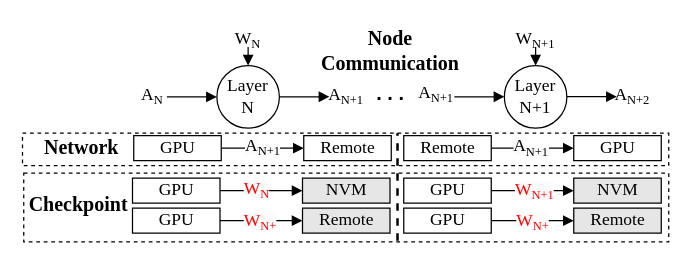
Before: fig/pipeline2.drawio in icszhr/NCheck, a draw.io diagram. Source tidied: cells renumbered, new cells numbered last; positions are measured from the earlier drawing's top-left corner, leaving out a move shared by most shapes. Both pictures are drawn from the tidied source at 125%, with x=0, y=0 at pixel (22, 21).
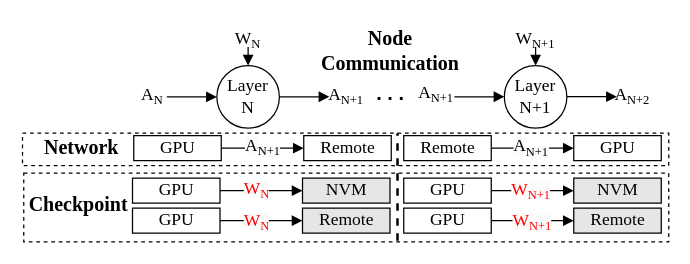
The same page after the edit.

What changed in the source:
```diff
@@
-    <mxCell id="44" value="&lt;font style=&quot;&quot;&gt;&lt;span style=&quot;font-style: normal; font-variant-ligatures: normal; font-variant-caps: normal; font-weight: 400; letter-spacing: normal; orphans: 2; text-align: center; text-indent: 0px; text-transform: none; widows: 2; word-spacing: 0px; -webkit-text-stroke-width: 0px; white-space: normal; background-color: rgb(251, 251, 251); text-decoration-thickness: initial; text-decoration-style: initial; text-decoration-color: initial; float: none; display: inline !important;&quot;&gt;&lt;span style=&quot;font-size: 14px; color: rgb(255, 0, 0);&quot;&gt;W&lt;/span&gt;&lt;sub style=&quot;&quot;&gt;&lt;font style=&quot;&quot;&gt;&lt;font style=&quot;font-size: 10px;&quot; color=&quot;#ff0000&quot;&gt;N+&lt;/font&gt;&lt;/font&gt;&lt;/sub&gt;&lt;/span&gt;&lt;/font&gt;" style="text;whiteSpace=wrap;html=1;fontFamily=Times New Roman;" parent="1" vertex="1">
+    <mxCell id="44" value="&lt;font style=&quot;&quot;&gt;&lt;span style=&quot;font-style: normal; font-variant-ligatures: normal; font-variant-caps: normal; font-weight: 400; letter-spacing: normal; orphans: 2; text-align: center; text-indent: 0px; text-transform: none; widows: 2; word-spacing: 0px; -webkit-text-stroke-width: 0px; white-space: normal; background-color: rgb(251, 251, 251); text-decoration-thickness: initial; text-decoration-style: initial; text-decoration-color: initial; float: none; display: inline !important;&quot;&gt;&lt;span style=&quot;font-size: 14px; color: rgb(255, 0, 0);&quot;&gt;W&lt;/span&gt;&lt;sub style=&quot;&quot;&gt;&lt;font style=&quot;&quot;&gt;&lt;font style=&quot;font-size: 10px;&quot; color=&quot;#ff0000&quot;&gt;N&lt;/font&gt;&lt;/font&gt;&lt;/sub&gt;&lt;/span&gt;&lt;/font&gt;" style="text;whiteSpace=wrap;html=1;fontFamily=Times New Roman;" parent="1" vertex="1">
       <mxGeometry x="174.5" y="145" width="29" height="30" as="geometry" />
     </mxCell>
     <mxCell id="45" value="&lt;font style=&quot;&quot;&gt;&lt;span style=&quot;font-style: normal; font-variant-ligatures: normal; font-variant-caps: normal; font-weight: 400; letter-spacing: normal; orphans: 2; text-align: center; text-indent: 0px; text-transform: none; widows: 2; word-spacing: 0px; -webkit-text-stroke-width: 0px; white-space: normal; background-color: rgb(251, 251, 251); text-decoration-thickness: initial; text-decoration-style: initial; text-decoration-color: initial; float: none; display: inline !important;&quot;&gt;&lt;span style=&quot;font-size: 14px; color: rgb(255, 0, 0);&quot;&gt;W&lt;/span&gt;&lt;sub style=&quot;&quot;&gt;&lt;font style=&quot;&quot;&gt;&lt;font style=&quot;font-size: 10px;&quot; color=&quot;#ff0000&quot;&gt;N+1&lt;/font&gt;&lt;/font&gt;&lt;/sub&gt;&lt;/span&gt;&lt;/font&gt;" style="text;whiteSpace=wrap;html=1;fontFamily=Times New Roman;" parent="1" vertex="1">
-      <mxGeometry x="392" y="120" width="29" height="30" as="geometry" />
+      <mxGeometry x="389" y="120" width="29" height="30" as="geometry" />
     </mxCell>
-    <mxCell id="46" value="&lt;font style=&quot;&quot;&gt;&lt;span style=&quot;font-style: normal; font-variant-ligatures: normal; font-variant-caps: normal; font-weight: 400; letter-spacing: normal; orphans: 2; text-align: center; text-indent: 0px; text-transform: none; widows: 2; word-spacing: 0px; -webkit-text-stroke-width: 0px; white-space: normal; background-color: rgb(251, 251, 251); text-decoration-thickness: initial; text-decoration-style: initial; text-decoration-color: initial; float: none; display: inline !important;&quot;&gt;&lt;span style=&quot;font-size: 14px; color: rgb(255, 0, 0);&quot;&gt;W&lt;/span&gt;&lt;sub style=&quot;&quot;&gt;&lt;font style=&quot;&quot;&gt;&lt;font style=&quot;font-size: 10px;&quot; color=&quot;#ff0000&quot;&gt;N+&lt;/font&gt;&lt;/font&gt;&lt;/sub&gt;&lt;/span&gt;&lt;/font&gt;" style="text;whiteSpace=wrap;html=1;fontFamily=Times New Roman;" parent="1" vertex="1">
-      <mxGeometry x="392.5" y="145" width="29" height="30" as="geometry" />
+    <mxCell id="46" value="&lt;font style=&quot;&quot;&gt;&lt;span style=&quot;font-style: normal; font-variant-ligatures: normal; font-variant-caps: normal; font-weight: 400; letter-spacing: normal; orphans: 2; text-align: center; text-indent: 0px; text-transform: none; widows: 2; word-spacing: 0px; -webkit-text-stroke-width: 0px; white-space: normal; background-color: rgb(251, 251, 251); text-decoration-thickness: initial; text-decoration-style: initial; text-decoration-color: initial; float: none; display: inline !important;&quot;&gt;&lt;span style=&quot;font-size: 14px; color: rgb(255, 0, 0);&quot;&gt;W&lt;/span&gt;&lt;sub style=&quot;&quot;&gt;&lt;font style=&quot;&quot;&gt;&lt;font style=&quot;font-size: 10px;&quot; color=&quot;#ff0000&quot;&gt;N+1&lt;/font&gt;&lt;/font&gt;&lt;/sub&gt;&lt;/span&gt;&lt;/font&gt;" style="text;whiteSpace=wrap;html=1;fontFamily=Times New Roman;" parent="1" vertex="1">
+      <mxGeometry x="389.5" y="145" width="29" height="30" as="geometry" />
     </mxCell>
```
